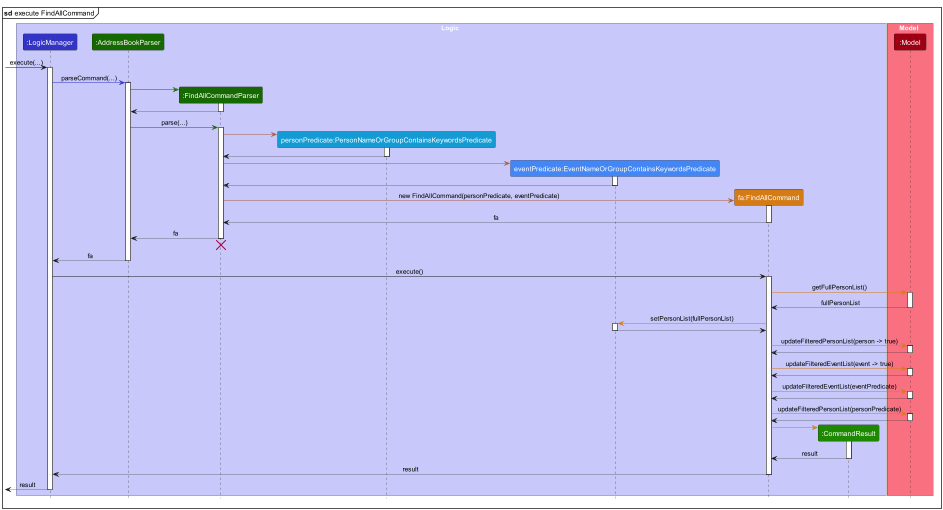
The PlantUML diagram docs/images/FindAllSequenceDiagram.png in nus-cs2103-AY2324S1/tp, before a commit. Its diagram source:
```plantuml
@startuml
!include style.puml
skinparam ArrowFontStyle plain

mainframe **sd** execute FindAllCommand

box Logic LOGIC_COLOR_T1
participant ":LogicManager" as Logic LOGIC_COLOR
participant ":AddressBookParser" as AddressBookParser ADDRESS_BOOK_PARSER_COLOR
participant ":FindAllCommandParser" as FindAllCommandParser ADDRESS_BOOK_PARSER_COLOR
participant "personPredicate:PersonNameOrGroupContainsKeywordsPredicate" as PersonNameOrGroupContainsKeywordsPredicate PERSON_CONTAIN_KEYWORD_COLOR
participant "eventPredicate:EventNameOrGroupContainsKeywordsPredicate" as EventNameOrGroupContainsKeywordsPredicate EVENT_CONTAIN_KEYWORD_COLOR
participant "fa:FindAllCommand" as FindAllCommand FIND_COMMAND_COLOR
participant ":CommandResult" as CommandResult COMMAND_RESULT_COLOR
end box

box Model MODEL_COLOR_T1
participant ":Model" as Model MODEL_COLOR
end box

[-> Logic : execute(...)
activate Logic

Logic -[LOGIC_COLOR]> AddressBookParser : parseCommand(...)
activate AddressBookParser

create FindAllCommandParser
AddressBookParser -[ADDRESS_BOOK_PARSER_COLOR]> FindAllCommandParser
activate FindAllCommandParser

FindAllCommandParser --> AddressBookParser
deactivate FindAllCommandParser

AddressBookParser -[ADDRESS_BOOK_PARSER_COLOR]> FindAllCommandParser : parse(...)
activate FindAllCommandParser

create PersonNameOrGroupContainsKeywordsPredicate
FindAllCommandParser -[FIND_COMMAND_PARSER_COLOR]> PersonNameOrGroupContainsKeywordsPredicate
activate PersonNameOrGroupContainsKeywordsPredicate

PersonNameOrGroupContainsKeywordsPredicate --> FindAllCommandParser
deactivate PersonNameOrGroupContainsKeywordsPredicate

create EventNameOrGroupContainsKeywordsPredicate
FindAllCommandParser -[FIND_COMMAND_PARSER_COLOR]> EventNameOrGroupContainsKeywordsPredicate
activate EventNameOrGroupContainsKeywordsPredicate

EventNameOrGroupContainsKeywordsPredicate --> FindAllCommandParser
deactivate EventNameOrGroupContainsKeywordsPredicate

create FindAllCommand
FindAllCommandParser -[FIND_COMMAND_PARSER_COLOR]> FindAllCommand : new FindAllCommand(personPredicate, eventPredicate)
activate FindAllCommand

FindAllCommand --> FindAllCommandParser : fa
deactivate FindAllCommand

FindAllCommandParser --> AddressBookParser : fa
deactivate FindAllCommandParser
FindAllCommandParser -[hidden]-> AddressBookParser
destroy FindAllCommandParser

AddressBookParser --> Logic : fa
deactivate AddressBookParser

Logic -> FindAllCommand : execute()
activate FindAllCommand

FindAllCommand -[FIND_COMMAND_COLOR]> Model : getFullPersonList()
activate Model

Model --> FindAllCommand : fullPersonList
deactivate Model

FindAllCommand -[FIND_COMMAND_COLOR]> EventNameOrGroupContainsKeywordsPredicate : setPersonList(fullPersonList)
activate EventNameOrGroupContainsKeywordsPredicate

EventNameOrGroupContainsKeywordsPredicate --> FindAllCommand
deactivate EventNameOrGroupContainsKeywordsPredicate

FindAllCommand -[FIND_COMMAND_COLOR]> Model : updateFilteredPersonList(person -> true)
activate Model

Model --> FindAllCommand
deactivate Model

FindAllCommand -[FIND_COMMAND_COLOR]> Model : updateFilteredEventList(event -> true)
activate Model

Model --> FindAllCommand
deactivate Model

FindAllCommand -[FIND_COMMAND_COLOR]> Model : updateFilteredEventList(eventPredicate)
activate Model

Model --> FindAllCommand
deactivate Model

FindAllCommand -[FIND_COMMAND_COLOR]> Model : updateFilteredPersonList(personPredicate)
activate Model

Model --> FindAllCommand
deactivate Model

create CommandResult
FindAllCommand -[FIND_COMMAND_COLOR]> CommandResult
activate CommandResult

CommandResult --> FindAllCommand : result
deactivate CommandResult

FindAllCommand --> Logic : result
deactivate FindAllCommand

[<--Logic : result
deactivate Logic

@enduml
```
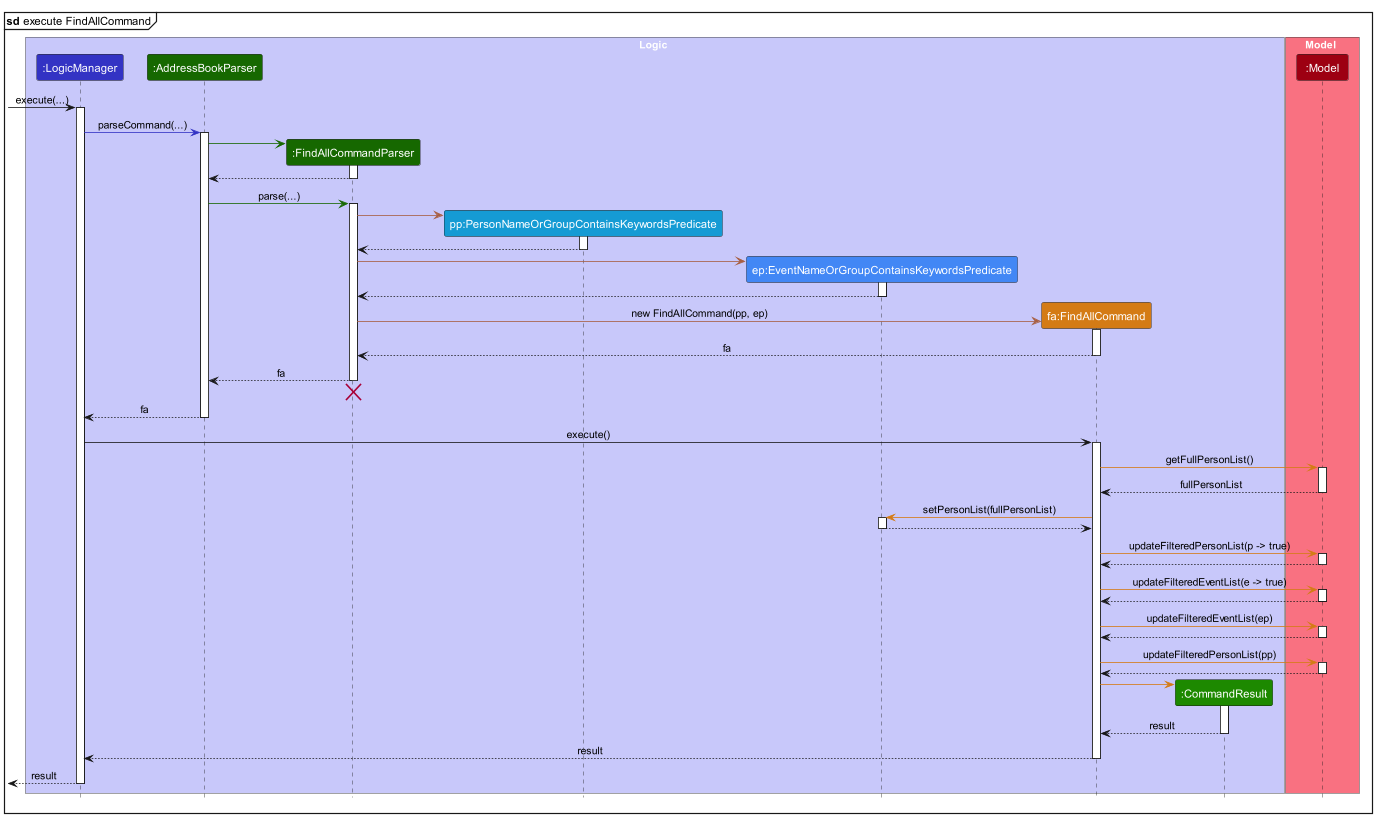
After the commit.

Diff of the diagram source:
```diff
@@ -8,8 +8,8 @@
 participant ":LogicManager" as Logic LOGIC_COLOR
 participant ":AddressBookParser" as AddressBookParser ADDRESS_BOOK_PARSER_COLOR
 participant ":FindAllCommandParser" as FindAllCommandParser ADDRESS_BOOK_PARSER_COLOR
-participant "personPredicate:PersonNameOrGroupContainsKeywordsPredicate" as PersonNameOrGroupContainsKeywordsPredicate PERSON_CONTAIN_KEYWORD_COLOR
-participant "eventPredicate:EventNameOrGroupContainsKeywordsPredicate" as EventNameOrGroupContainsKeywordsPredicate EVENT_CONTAIN_KEYWORD_COLOR
+participant "pp:PersonNameOrGroupContainsKeywordsPredicate" as PersonNameOrGroupContainsKeywordsPredicate PERSON_CONTAIN_KEYWORD_COLOR
+participant "ep:EventNameOrGroupContainsKeywordsPredicate" as EventNameOrGroupContainsKeywordsPredicate EVENT_CONTAIN_KEYWORD_COLOR
 participant "fa:FindAllCommand" as FindAllCommand FIND_COMMAND_COLOR
 participant ":CommandResult" as CommandResult COMMAND_RESULT_COLOR
 end box
@@ -49,7 +49,7 @@
 deactivate EventNameOrGroupContainsKeywordsPredicate
 
 create FindAllCommand
-FindAllCommandParser -[FIND_COMMAND_PARSER_COLOR]> FindAllCommand : new FindAllCommand(personPredicate, eventPredicate)
+FindAllCommandParser -[FIND_COMMAND_PARSER_COLOR]> FindAllCommand : new FindAllCommand(pp, ep)
 activate FindAllCommand
 
 FindAllCommand --> FindAllCommandParser : fa
@@ -78,25 +78,25 @@
 EventNameOrGroupContainsKeywordsPredicate --> FindAllCommand
 deactivate EventNameOrGroupContainsKeywordsPredicate
 
-FindAllCommand -[FIND_COMMAND_COLOR]> Model : updateFilteredPersonList(person -> true)
+FindAllCommand -[FIND_COMMAND_COLOR]> Model : updateFilteredPersonList(p -> true)
 activate Model
 
 Model --> FindAllCommand
 deactivate Model
 
-FindAllCommand -[FIND_COMMAND_COLOR]> Model : updateFilteredEventList(event -> true)
+FindAllCommand -[FIND_COMMAND_COLOR]> Model : updateFilteredEventList(e -> true)
 activate Model
 
 Model --> FindAllCommand
 deactivate Model
 
-FindAllCommand -[FIND_COMMAND_COLOR]> Model : updateFilteredEventList(eventPredicate)
+FindAllCommand -[FIND_COMMAND_COLOR]> Model : updateFilteredEventList(ep)
 activate Model
 
 Model --> FindAllCommand
 deactivate Model
 
-FindAllCommand -[FIND_COMMAND_COLOR]> Model : updateFilteredPersonList(personPredicate)
+FindAllCommand -[FIND_COMMAND_COLOR]> Model : updateFilteredPersonList(pp)
 activate Model
 
 Model --> FindAllCommand
```
